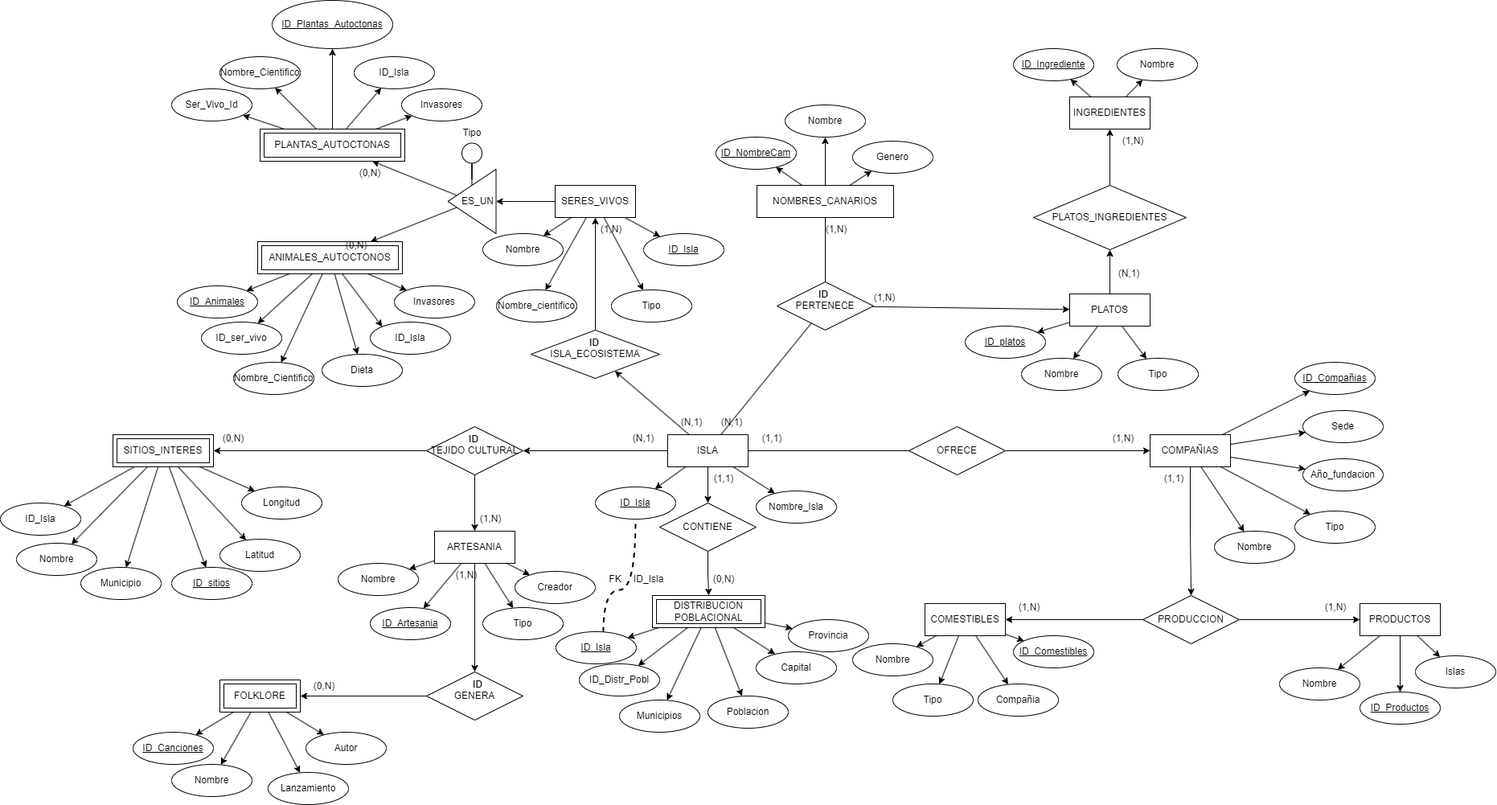
The draw.io diagram diagrams/ER-PF-ADBD.png in feichay10/Proyecto-Final-ADBD, before a commit. Source tidied: cells renumbered, new cells last; positions are measured from the earlier drawing's top-left corner, leaving out a move shared by most shapes.
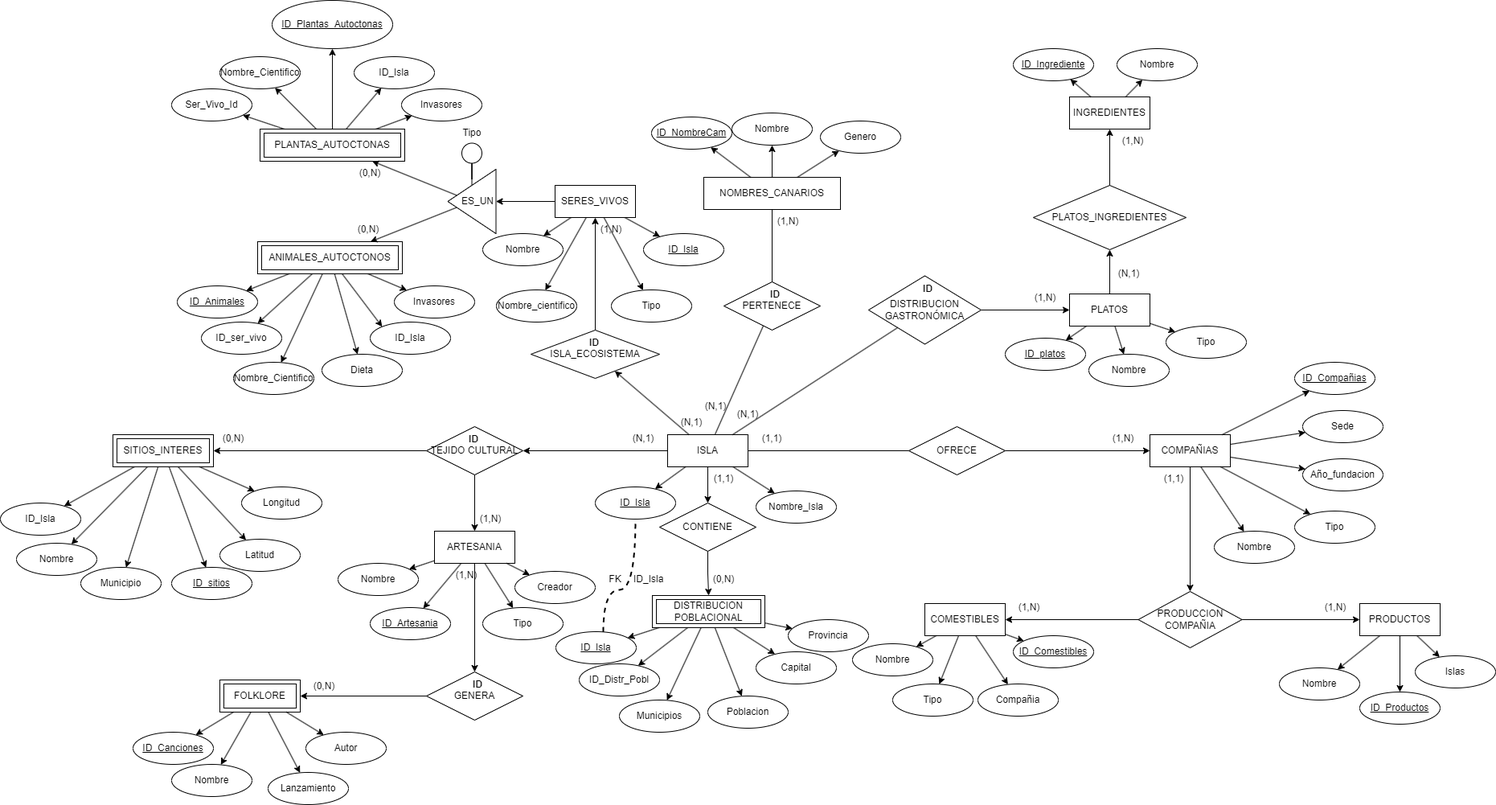
After the change.

The edit, as a diff of the source:
```diff
@@ -44,8 +44,8 @@
     <mxCell id="15" style="edgeStyle=orthogonalEdgeStyle;rounded=0;jettySize=auto;html=1;" parent="2" edge="1" source="16" target="9">
       <mxGeometry relative="1" as="geometry" />
     </mxCell>
-    <mxCell id="16" value="PRODUCCION" style="shape=rhombus;perimeter=rhombusPerimeter;whiteSpace=wrap;html=1;align=center;" parent="2" vertex="1">
-      <mxGeometry x="91" y="200" width="120" height="60" as="geometry" />
+    <mxCell id="16" value="PRODUCCION&lt;br&gt;COMPAÑIA" style="shape=rhombus;perimeter=rhombusPerimeter;whiteSpace=wrap;html=1;align=center;" parent="2" vertex="1">
+      <mxGeometry x="85.5" y="195" width="129" height="70" as="geometry" />
     </mxCell>
     <mxCell id="17" value="COMESTIBLES" style="whiteSpace=wrap;html=1;align=center;" parent="2" vertex="1">
       <mxGeometry x="-180" y="210" width="100" height="40" as="geometry" />
@@ -78,14 +78,11 @@
       <mxGeometry relative="1" as="geometry" />
     </mxCell>
     <mxCell id="27" style="group;" parent="1" vertex="1">
-      <mxGeometry x="1060" y="190" width="480" height="295" as="geometry" />
+      <mxGeometry x="1060" y="190" width="480" height="320" as="geometry" />
     </mxCell>
     <mxCell id="28" value="(1,N)" style="text;html=1;strokeColor=none;fillColor=none;align=center;verticalAlign=middle;whiteSpace=wrap;rounded=0;" parent="27" vertex="1">
-      <mxGeometry x="10" y="165" width="60" height="30" as="geometry" />
+      <mxGeometry x="210" y="165" width="60" height="30" as="geometry" />
     </mxCell>
-    <mxCell id="29" value="Genero" style="ellipse;whiteSpace=wrap;html=1;align=center;" parent="27" vertex="1">
-      <mxGeometry y="-15" width="100" height="40" as="geometry" />
-    </mxCell>
     <mxCell id="30" value="PLATOS_INGREDIENTES" style="shape=rhombus;perimeter=rhombusPerimeter;whiteSpace=wrap;html=1;align=center;" parent="27" vertex="1">
       <mxGeometry x="225" y="40" width="190" height="80" as="geometry" />
     </mxCell>
@@ -99,23 +96,32 @@
       <mxGeometry relative="1" as="geometry" />
     </mxCell>
     <mxCell id="34" value="Nombre" style="ellipse;whiteSpace=wrap;html=1;align=center;" parent="27" vertex="1">
-      <mxGeometry x="210" y="255" width="100" height="40" as="geometry" />
+      <mxGeometry x="294" y="250" width="100" height="40" as="geometry" />
     </mxCell>
     <mxCell id="35" style="rounded=0;jettySize=auto;html=1;" parent="27" edge="1" source="32" target="34">
       <mxGeometry relative="1" as="geometry" />
     </mxCell>
     <mxCell id="36" value="Tipo" style="ellipse;whiteSpace=wrap;html=1;align=center;" parent="27" vertex="1">
-      <mxGeometry x="330" y="255" width="100" height="40" as="geometry" />
+      <mxGeometry x="390" y="215" width="100" height="40" as="geometry" />
     </mxCell>
     <mxCell id="37" style="rounded=0;jettySize=auto;html=1;" parent="27" edge="1" source="32" target="36">
       <mxGeometry relative="1" as="geometry" />
     </mxCell>
     <mxCell id="38" value="ID_platos" style="ellipse;whiteSpace=wrap;html=1;align=center;fontStyle=4;" parent="27" vertex="1">
-      <mxGeometry x="140" y="215" width="100" height="40" as="geometry" />
+      <mxGeometry x="190" y="230" width="100" height="40" as="geometry" />
     </mxCell>
     <mxCell id="39" style="rounded=0;jettySize=auto;html=1;" parent="27" edge="1" source="32" target="38">
       <mxGeometry relative="1" as="geometry" />
     </mxCell>
+    <mxCell id="205" style="rounded=0;jettySize=auto;html=1;" parent="27" edge="1" source="206" target="32">
+      <mxGeometry relative="1" as="geometry" />
+    </mxCell>
+    <mxCell id="206" value="DISTRIBUCION&lt;br&gt;GASTRONÓMICA" style="shape=rhombus;perimeter=rhombusPerimeter;whiteSpace=wrap;html=1;align=center;" parent="27" vertex="1">
+      <mxGeometry x="20" y="152.5" width="140" height="85" as="geometry" />
+    </mxCell>
+    <mxCell id="207" value="ID" style="shape=partialRectangle;fillColor=none;top=0;left=0;bottom=0;right=0;align=left;spacingLeft=6;overflow=hidden;fontStyle=1;" parent="27" vertex="1">
+      <mxGeometry x="80" y="152.5" width="20" height="30" as="geometry" />
+    </mxCell>
     <mxCell id="40" style="group;" parent="1" vertex="1">
       <mxGeometry x="240" y="300" width="485" height="260" as="geometry" />
     </mxCell>
@@ -174,10 +180,10 @@
       <mxGeometry relative="1" as="geometry" />
     </mxCell>
     <mxCell id="59" value="NOMBRES_CANARIOS" style="whiteSpace=wrap;html=1;align=center;" parent="1" vertex="1">
-      <mxGeometry x="941" y="230" width="170" height="40" as="geometry" />
+      <mxGeometry x="875" y="220" width="170" height="40" as="geometry" />
     </mxCell>
     <mxCell id="60" value="Nombre" style="ellipse;whiteSpace=wrap;html=1;align=center;" parent="1" vertex="1">
-      <mxGeometry x="976" y="130" width="100" height="40" as="geometry" />
+      <mxGeometry x="910" y="140" width="100" height="40" as="geometry" />
     </mxCell>
     <mxCell id="61" style="rounded=0;jettySize=auto;html=1;" parent="1" edge="1" source="59" target="60">
       <mxGeometry relative="1" as="geometry" />
@@ -186,16 +192,13 @@
       <mxGeometry relative="1" as="geometry" />
     </mxCell>
     <mxCell id="63" value="ID_NombreCam" style="ellipse;whiteSpace=wrap;html=1;align=center;fontStyle=4;" parent="1" vertex="1">
-      <mxGeometry x="890" y="170" width="100" height="40" as="geometry" />
+      <mxGeometry x="810" y="145" width="100" height="40" as="geometry" />
     </mxCell>
     <mxCell id="64" style="rounded=0;jettySize=auto;html=1;" parent="1" edge="1" source="59" target="63">
       <mxGeometry relative="1" as="geometry" />
     </mxCell>
-    <mxCell id="65" style="rounded=0;jettySize=auto;html=1;" parent="1" edge="1" source="66" target="32">
-      <mxGeometry relative="1" as="geometry" />
-    </mxCell>
     <mxCell id="66" value="PERTENECE" style="shape=rhombus;perimeter=rhombusPerimeter;whiteSpace=wrap;html=1;align=center;" parent="1" vertex="1">
-      <mxGeometry x="966" y="350" width="120" height="60" as="geometry" />
+      <mxGeometry x="900" y="350" width="120" height="60" as="geometry" />
     </mxCell>
     <mxCell id="67" style="edgeStyle=orthogonalEdgeStyle;rounded=0;jettySize=auto;html=1;endArrow=none;endFill=0;" parent="1" edge="1" source="59" target="66">
       <mxGeometry relative="1" as="geometry" />
@@ -404,7 +407,7 @@
       <mxGeometry x="260" y="530" width="60" height="30" as="geometry" />
     </mxCell>
     <mxCell id="134" value="(1,N)" style="text;html=1;strokeColor=none;fillColor=none;align=center;verticalAlign=middle;whiteSpace=wrap;rounded=0;" parent="1" vertex="1">
-      <mxGeometry x="1010" y="270" width="60" height="30" as="geometry" />
+      <mxGeometry x="950" y="260" width="60" height="30" as="geometry" />
     </mxCell>
     <mxCell id="135" value="(N,1)" style="text;html=1;strokeColor=none;fillColor=none;align=center;verticalAlign=middle;whiteSpace=wrap;rounded=0;" parent="1" vertex="1">
       <mxGeometry x="770" y="530" width="60" height="30" as="geometry" />
@@ -413,7 +416,7 @@
       <mxGeometry x="830" y="510" width="60" height="30" as="geometry" />
     </mxCell>
     <mxCell id="137" value="(N,1)" style="text;html=1;strokeColor=none;fillColor=none;align=center;verticalAlign=middle;whiteSpace=wrap;rounded=0;" parent="1" vertex="1">
-      <mxGeometry x="880" y="510" width="60" height="30" as="geometry" />
+      <mxGeometry x="860" y="490" width="60" height="30" as="geometry" />
     </mxCell>
     <mxCell id="138" style="rounded=0;jettySize=auto;html=1;" parent="1" edge="1" source="84" target="176">
       <mxGeometry relative="1" as="geometry" />
@@ -572,7 +575,7 @@
       <mxGeometry x="563.5" y="235" width="60" height="30" as="geometry" />
     </mxCell>
     <mxCell id="190" value="(0,N)" style="text;html=1;strokeColor=none;fillColor=none;align=center;verticalAlign=middle;whiteSpace=wrap;rounded=0;" parent="1" vertex="1">
-      <mxGeometry x="413" y="290" width="60" height="30" as="geometry" />
+      <mxGeometry x="428" y="270" width="60" height="30" as="geometry" />
     </mxCell>
     <mxCell id="191" value="ID_Isla" style="ellipse;whiteSpace=wrap;html=1;align=center;fontStyle=4;" parent="1" vertex="1">
       <mxGeometry x="800" y="290" width="100" height="40" as="geometry" />
@@ -614,7 +617,16 @@
       <mxGeometry x="725" y="410" width="150" height="30" as="geometry" />
     </mxCell>
     <mxCell id="204" value="ID" style="shape=partialRectangle;fillColor=none;top=0;left=0;bottom=0;right=0;align=left;spacingLeft=6;overflow=hidden;fontStyle=1;" parent="1" vertex="1">
-      <mxGeometry x="1010" y="350" width="150" height="30" as="geometry" />
+      <mxGeometry x="950" y="350" width="50" height="30" as="geometry" />
     </mxCell>
+    <mxCell id="208" style="endArrow=none;html=1;rounded=0;" parent="1" edge="1" source="84" target="206">
+      <mxGeometry relative="1" as="geometry" />
+    </mxCell>
+    <mxCell id="29" value="Genero" style="ellipse;whiteSpace=wrap;html=1;align=center;" parent="1" vertex="1">
+      <mxGeometry x="1020" y="150" width="100" height="40" as="geometry" />
+    </mxCell>
+    <mxCell id="209" value="(N,1)" style="text;html=1;strokeColor=none;fillColor=none;align=center;verticalAlign=middle;whiteSpace=wrap;rounded=0;" parent="1" vertex="1">
+      <mxGeometry x="900" y="500" width="60" height="30" as="geometry" />
+    </mxCell>
   </root>
 </mxGraphModel>
```
